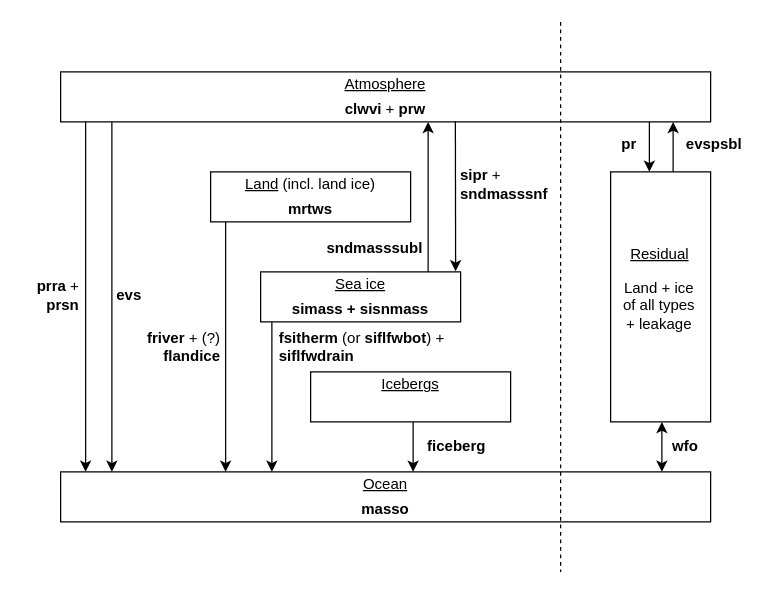
Earlier version of the draw.io diagram visualisation/drift_paper/cmip6_water_budget.drawio (DamienIrving/ocean-analysis). Source tidied: cells renumbered, new cells numbered last; positions are measured from the earlier drawing's top-left corner, leaving out a move shared by most shapes. Both pictures are drawn from the tidied source at 125%, with x=0, y=0 at pixel (21, 21).
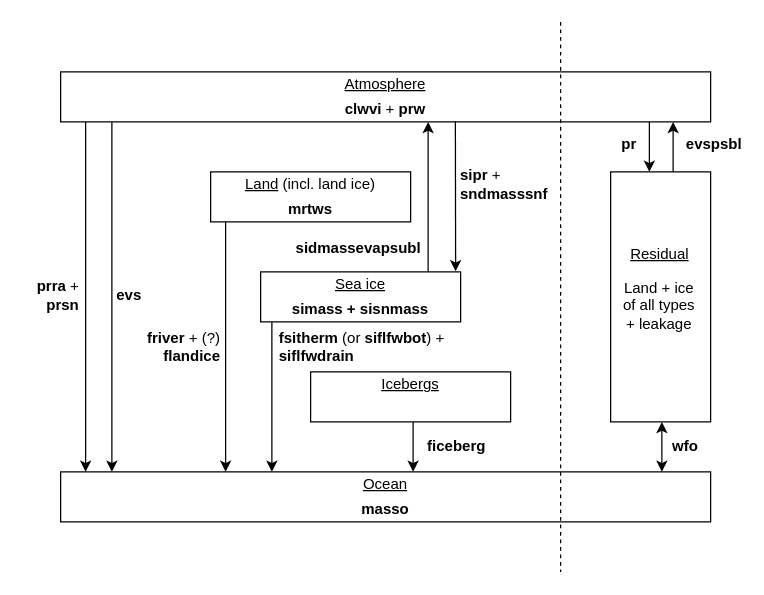
The same diagram, later.

Diff of the diagram source:
```diff
@@
-    <mxCell id="32" value="&lt;b&gt;sndmasssubl&lt;/b&gt;" style="text;html=1;align=center;verticalAlign=middle;" parent="1" vertex="1">
-      <mxGeometry x="237" y="171" width="90" height="20" as="geometry" />
+    <mxCell id="32" value="&lt;b&gt;sidmassevapsubl&lt;/b&gt;" style="text;html=1;align=center;verticalAlign=middle;" parent="1" vertex="1">
+      <mxGeometry x="209" y="171" width="120" height="20" as="geometry" />
     </mxCell>
```
